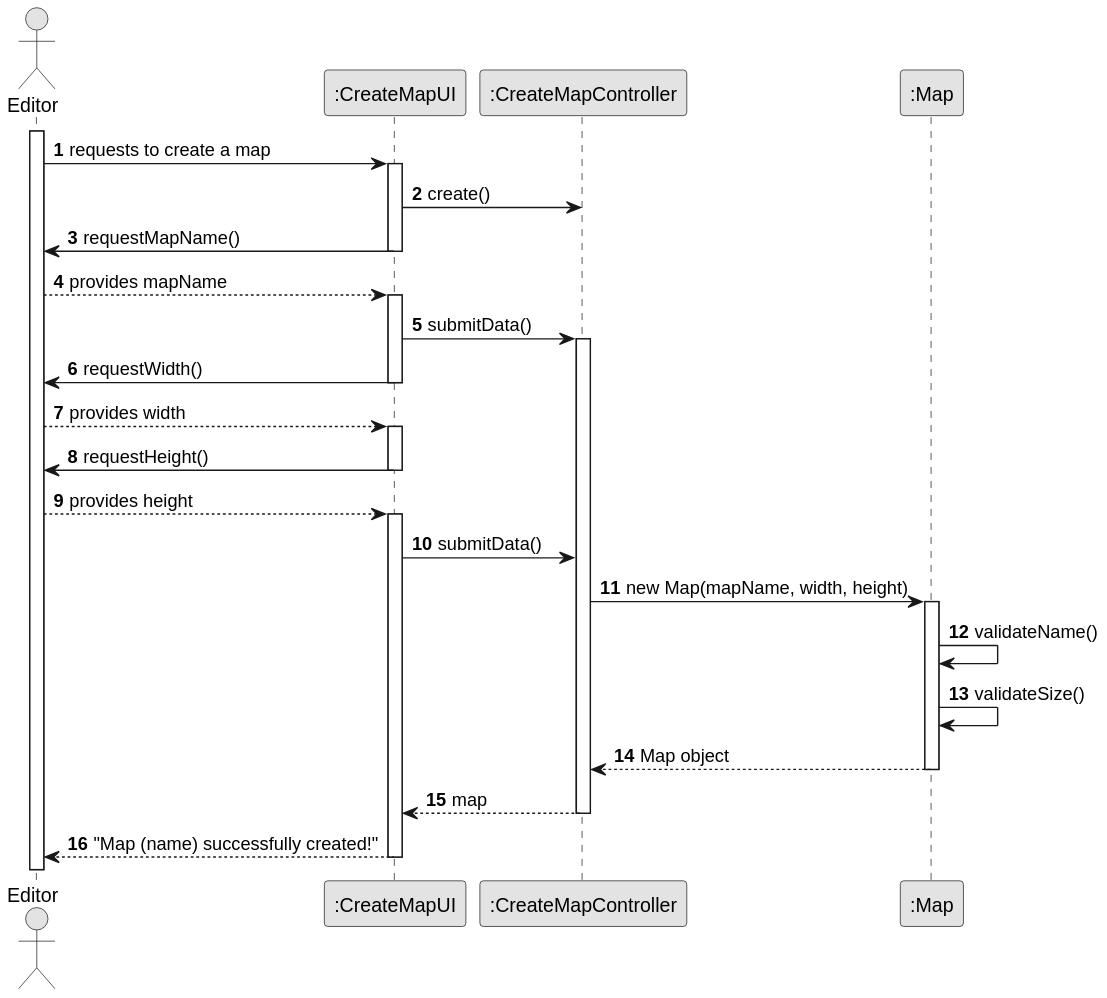
Above: docs/sprint2/us001/03.design/svg/us001-sd-split.svg in ivasduarte/all-aboard (PlantUML), before the change.
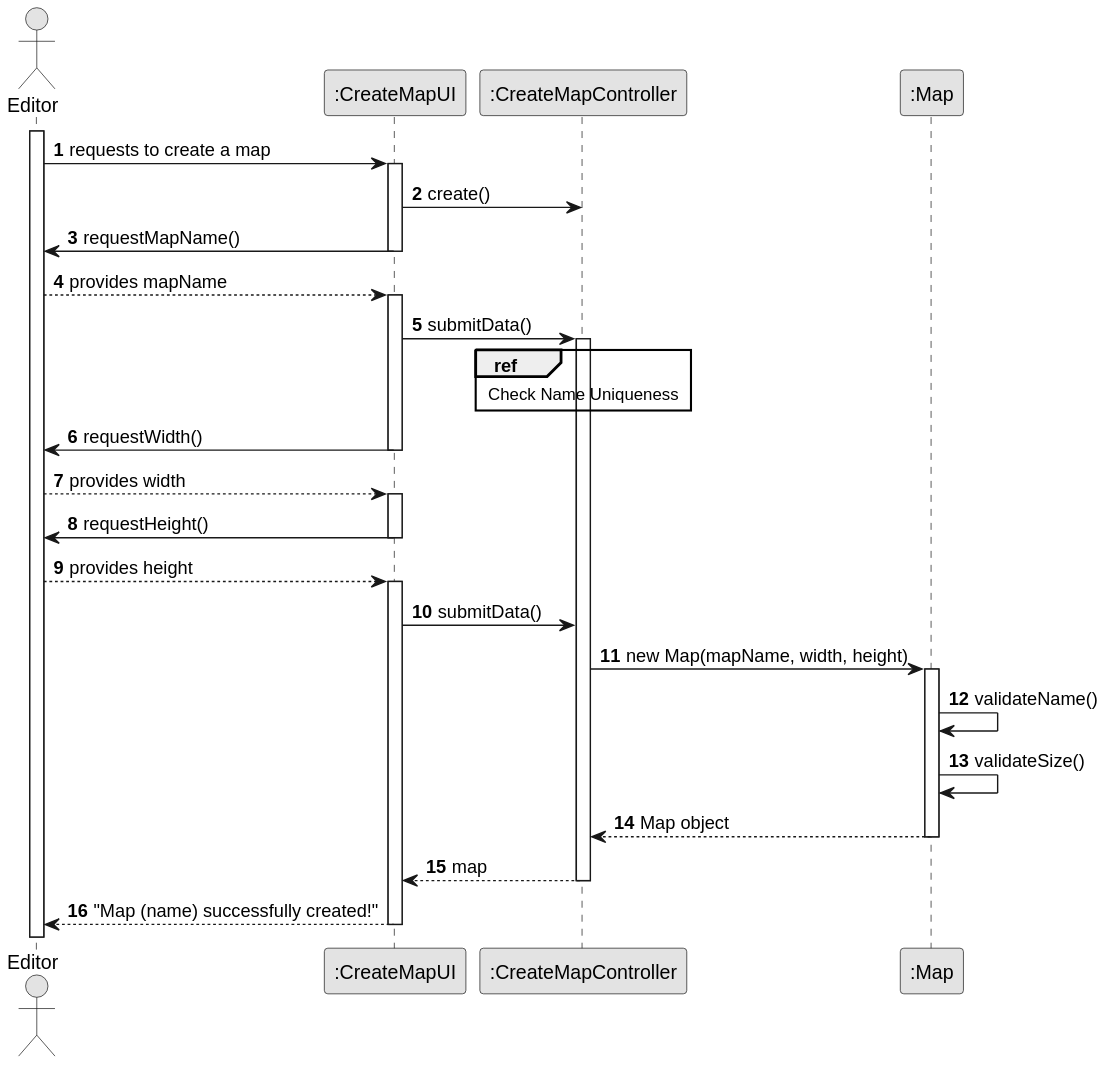
After the commit.

The edit, as a diff of the source:
```diff
@@ -27,6 +27,10 @@
 UI -> ctrl : submitData()
 activate ctrl
 
+    ref over ctrl
+      Check Name Uniqueness
+    end ref
+
 
 UI -> Editor : requestWidth()
 deactivate UI
```
